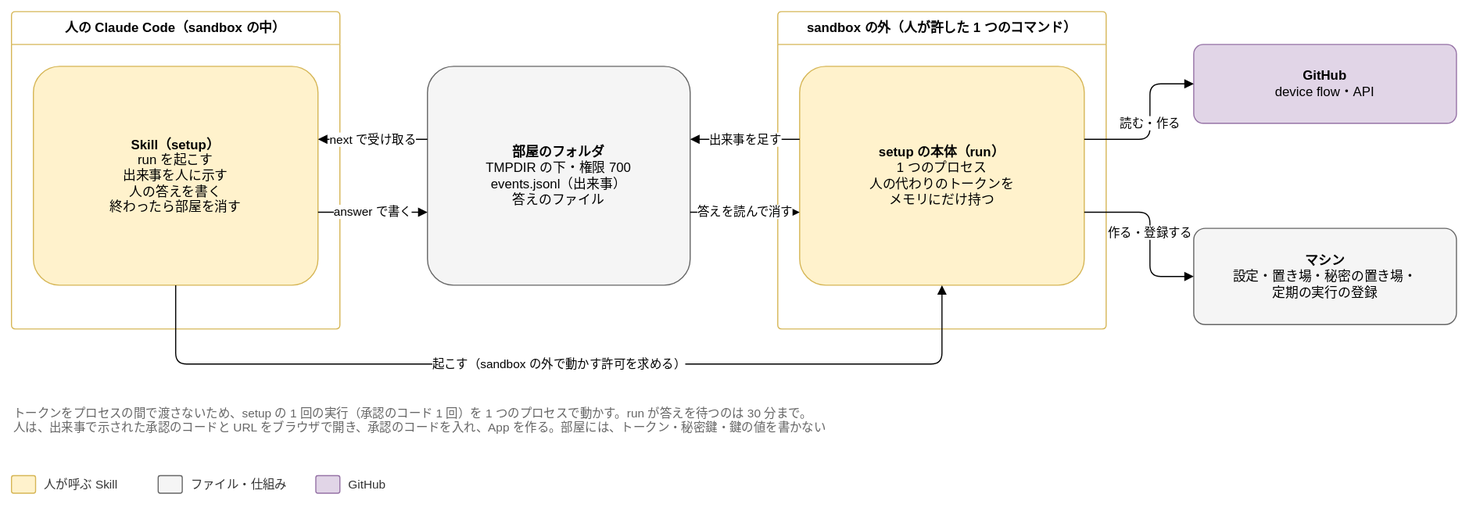
This is docs/design/detailed/diagrams/05-room.drawio.svg from Joymerrevent/dev-autopilot, a draw.io export, as it was before one commit. Source tidied: cells renumbered, new cells last; positions are measured from the earlier drawing's top-left corner, leaving out a move shared by most shapes.
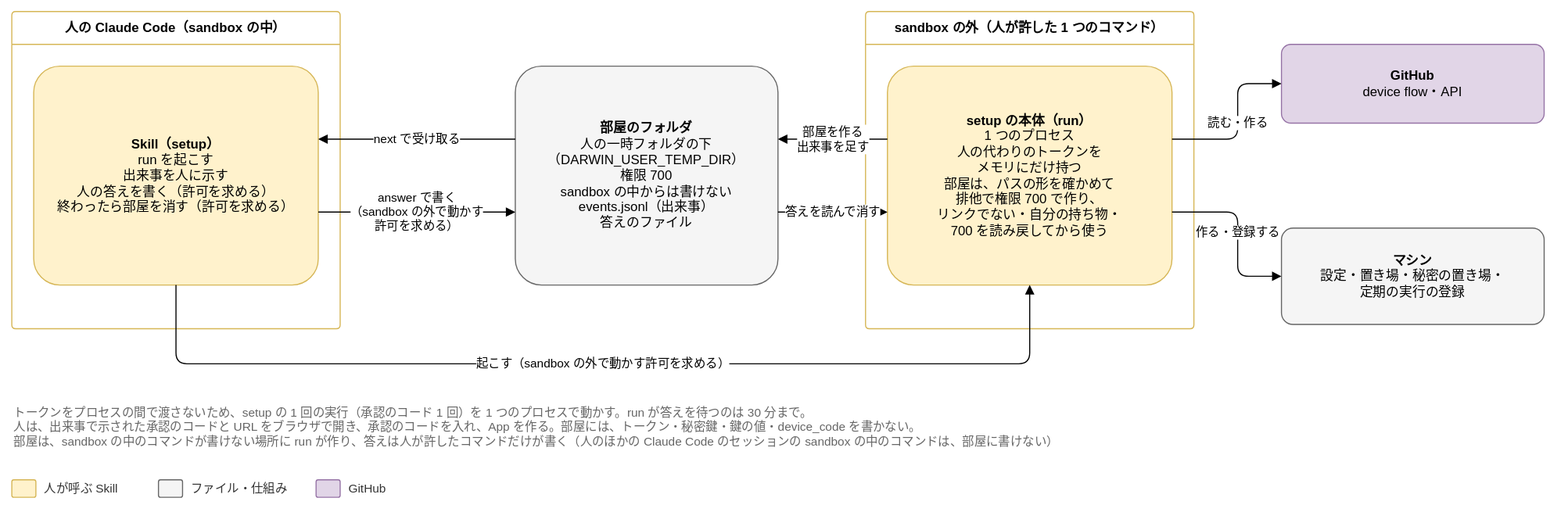
After the change.

Commit message:
docs(design): 詳細設計のレビューの指摘を、点検（04）と setup（05）で直す (#222)

Change to the diagram source:
```diff
@@ -5,39 +5,39 @@
     <mxCell id="2" value="人の Claude Code（sandbox の中）" style="swimlane;startSize=30;html=1;whiteSpace=wrap;rounded=1;arcSize=4;fontStyle=1;fontSize=12;fillColor=none;swimlaneFillColor=none;strokeColor=#d6b656;" parent="1" vertex="1">
       <mxGeometry width="300" height="290" as="geometry" />
     </mxCell>
-    <mxCell id="3" value="&lt;b&gt;Skill（setup）&lt;/b&gt;&lt;br&gt;run を起こす&lt;br&gt;出来事を人に示す&lt;br&gt;人の答えを書く&lt;br&gt;終わったら部屋を消す" style="rounded=1;whiteSpace=wrap;html=1;fontSize=12;arcSize=12;spacing=12;fillColor=#fff2cc;strokeColor=#d6b656;" parent="2" vertex="1">
+    <mxCell id="3" value="&lt;b&gt;Skill（setup）&lt;/b&gt;&lt;br&gt;run を起こす&lt;br&gt;出来事を人に示す&lt;br&gt;人の答えを書く（許可を求める）&lt;br&gt;終わったら部屋を消す（許可を求める）" style="rounded=1;whiteSpace=wrap;html=1;fontSize=12;arcSize=12;spacing=12;fillColor=#fff2cc;strokeColor=#d6b656;" parent="2" vertex="1">
       <mxGeometry x="20" y="50" width="260" height="200" as="geometry" />
     </mxCell>
-    <mxCell id="4" value="&lt;b&gt;部屋のフォルダ&lt;/b&gt;&lt;br&gt;TMPDIR の下・権限 700&lt;br&gt;events.jsonl（出来事）&lt;br&gt;答えのファイル" style="rounded=1;whiteSpace=wrap;html=1;fontSize=12;arcSize=12;spacing=12;fillColor=#f5f5f5;strokeColor=#666666;" parent="1" vertex="1">
-      <mxGeometry x="380" y="50" width="240" height="200" as="geometry" />
+    <mxCell id="4" value="&lt;b&gt;部屋のフォルダ&lt;/b&gt;&lt;br&gt;人の一時フォルダの下&lt;br&gt;（DARWIN_USER_TEMP_DIR）&lt;br&gt;権限 700&lt;br&gt;sandbox の中からは書けない&lt;br&gt;events.jsonl（出来事）&lt;br&gt;答えのファイル" style="rounded=1;whiteSpace=wrap;html=1;fontSize=12;arcSize=12;spacing=12;fillColor=#f5f5f5;strokeColor=#666666;" parent="1" vertex="1">
+      <mxGeometry x="460" y="50" width="240" height="200" as="geometry" />
     </mxCell>
     <mxCell id="5" value="sandbox の外（人が許した 1 つのコマンド）" style="swimlane;startSize=30;html=1;whiteSpace=wrap;rounded=1;arcSize=4;fontStyle=1;fontSize=12;fillColor=none;swimlaneFillColor=none;strokeColor=#d6b656;" parent="1" vertex="1">
-      <mxGeometry x="700" width="300" height="290" as="geometry" />
+      <mxGeometry x="780" width="300" height="290" as="geometry" />
     </mxCell>
-    <mxCell id="6" value="&lt;b&gt;setup の本体（run）&lt;/b&gt;&lt;br&gt;1 つのプロセス&lt;br&gt;人の代わりのトークンを&lt;br&gt;メモリにだけ持つ" style="rounded=1;whiteSpace=wrap;html=1;fontSize=12;arcSize=12;spacing=12;fillColor=#fff2cc;strokeColor=#d6b656;" parent="5" vertex="1">
+    <mxCell id="6" value="&lt;b&gt;setup の本体（run）&lt;/b&gt;&lt;br&gt;1 つのプロセス&lt;br&gt;人の代わりのトークンを&lt;br&gt;メモリにだけ持つ&lt;br&gt;部屋は、パスの形を確かめて&lt;br&gt;排他で権限 700 で作り、&lt;br&gt;リンクでない・自分の持ち物・&lt;br&gt;700 を読み戻してから使う" style="rounded=1;whiteSpace=wrap;html=1;fontSize=12;arcSize=12;spacing=12;fillColor=#fff2cc;strokeColor=#d6b656;" parent="5" vertex="1">
       <mxGeometry x="20" y="50" width="260" height="200" as="geometry" />
     </mxCell>
     <mxCell id="7" value="&lt;b&gt;GitHub&lt;/b&gt;&lt;br&gt;device flow・API" style="rounded=1;whiteSpace=wrap;html=1;fontSize=12;arcSize=12;spacing=12;fillColor=#e1d5e7;strokeColor=#9673a6;" parent="1" vertex="1">
-      <mxGeometry x="1080" y="30" width="240" height="72" as="geometry" />
+      <mxGeometry x="1160" y="30" width="240" height="72" as="geometry" />
     </mxCell>
     <mxCell id="8" value="&lt;b&gt;マシン&lt;/b&gt;&lt;br&gt;設定・置き場・秘密の置き場・&lt;br&gt;定期の実行の登録" style="rounded=1;whiteSpace=wrap;html=1;fontSize=12;arcSize=12;spacing=12;fillColor=#f5f5f5;strokeColor=#666666;" parent="1" vertex="1">
-      <mxGeometry x="1080" y="198" width="240" height="88" as="geometry" />
+      <mxGeometry x="1160" y="198" width="240" height="88" as="geometry" />
     </mxCell>
     <mxCell id="9" value="起こす（sandbox の外で動かす許可を求める）" style="edgeStyle=orthogonalEdgeStyle;rounded=1;html=1;endArrow=block;endFill=1;fontSize=11;labelBackgroundColor=#ffffff;exitX=0.5;exitY=1;exitDx=0;exitDy=0;entryX=0.5;entryY=1;entryDx=0;entryDy=0;" parent="1" edge="1" source="3" target="6">
       <mxGeometry relative="1" as="geometry">
         <Array as="points">
           <mxPoint x="150" y="322" />
-          <mxPoint x="850" y="322" />
+          <mxPoint x="930" y="322" />
         </Array>
       </mxGeometry>
     </mxCell>
     <mxCell id="10" value="next で受け取る" style="edgeStyle=orthogonalEdgeStyle;rounded=1;html=1;endArrow=block;endFill=1;fontSize=11;labelBackgroundColor=#ffffff;exitX=0;exitY=0.3333333333333333;exitDx=0;exitDy=0;entryX=1;entryY=0.3333333333333333;entryDx=0;entryDy=0;" parent="1" edge="1" source="4" target="3">
       <mxGeometry relative="1" as="geometry" />
     </mxCell>
-    <mxCell id="11" value="answer で書く" style="edgeStyle=orthogonalEdgeStyle;rounded=1;html=1;endArrow=block;endFill=1;fontSize=11;labelBackgroundColor=#ffffff;exitX=1;exitY=0.6666666666666666;exitDx=0;exitDy=0;entryX=0;entryY=0.6666666666666666;entryDx=0;entryDy=0;" parent="1" edge="1" source="3" target="4">
+    <mxCell id="11" value="answer で書く&lt;br&gt;（sandbox の外で動かす&lt;br&gt;許可を求める）" style="edgeStyle=orthogonalEdgeStyle;rounded=1;html=1;endArrow=block;endFill=1;fontSize=11;labelBackgroundColor=#ffffff;exitX=1;exitY=0.6666666666666666;exitDx=0;exitDy=0;entryX=0;entryY=0.6666666666666666;entryDx=0;entryDy=0;" parent="1" edge="1" source="3" target="4">
       <mxGeometry relative="1" as="geometry" />
     </mxCell>
-    <mxCell id="12" value="出来事を足す" style="edgeStyle=orthogonalEdgeStyle;rounded=1;html=1;endArrow=block;endFill=1;fontSize=11;labelBackgroundColor=#ffffff;exitX=0;exitY=0.3333333333333333;exitDx=0;exitDy=0;entryX=1;entryY=0.3333333333333333;entryDx=0;entryDy=0;" parent="1" edge="1" source="6" target="4">
+    <mxCell id="12" value="部屋を作る&lt;br&gt;出来事を足す" style="edgeStyle=orthogonalEdgeStyle;rounded=1;html=1;endArrow=block;endFill=1;fontSize=11;labelBackgroundColor=#ffffff;exitX=0;exitY=0.3333333333333333;exitDx=0;exitDy=0;entryX=1;entryY=0.3333333333333333;entryDx=0;entryDy=0;" parent="1" edge="1" source="6" target="4">
       <mxGeometry relative="1" as="geometry" />
     </mxCell>
     <mxCell id="13" value="答えを読んで消す" style="edgeStyle=orthogonalEdgeStyle;rounded=1;html=1;endArrow=block;endFill=1;fontSize=11;labelBackgroundColor=#ffffff;exitX=1;exitY=0.6666666666666666;exitDx=0;exitDy=0;entryX=0;entryY=0.6666666666666666;entryDx=0;entryDy=0;" parent="1" edge="1" source="4" target="6">
@@ -46,39 +46,39 @@
     <mxCell id="14" value="読む・作る" style="edgeStyle=orthogonalEdgeStyle;rounded=1;html=1;endArrow=block;endFill=1;fontSize=11;labelBackgroundColor=#ffffff;exitX=1;exitY=0.3333333333333333;exitDx=0;exitDy=0;entryX=0;entryY=0.5;entryDx=0;entryDy=0;" parent="1" edge="1" source="6" target="7">
       <mxGeometry relative="1" as="geometry">
         <Array as="points">
-          <mxPoint x="1040" y="117" />
-          <mxPoint x="1040" y="66" />
+          <mxPoint x="1120" y="117" />
+          <mxPoint x="1120" y="66" />
         </Array>
       </mxGeometry>
     </mxCell>
     <mxCell id="15" value="作る・登録する" style="edgeStyle=orthogonalEdgeStyle;rounded=1;html=1;endArrow=block;endFill=1;fontSize=11;labelBackgroundColor=#ffffff;exitX=1;exitY=0.6666666666666666;exitDx=0;exitDy=0;entryX=0;entryY=0.5;entryDx=0;entryDy=0;" parent="1" edge="1" source="6" target="8">
       <mxGeometry relative="1" as="geometry">
         <Array as="points">
-          <mxPoint x="1040" y="183" />
-          <mxPoint x="1040" y="242" />
+          <mxPoint x="1120" y="183" />
+          <mxPoint x="1120" y="242" />
         </Array>
       </mxGeometry>
     </mxCell>
-    <mxCell id="16" value="トークンをプロセスの間で渡さないため、setup の 1 回の実行（承認のコード 1 回）を 1 つのプロセスで動かす。run が答えを待つのは 30 分まで。&lt;br&gt;人は、出来事で示された承認のコードと URL をブラウザで開き、承認のコードを入れ、App を作る。部屋には、トークン・秘密鍵・鍵の値を書かない" style="text;html=1;whiteSpace=wrap;align=left;verticalAlign=top;fontSize=11;fontColor=#666666;" parent="1" vertex="1">
-      <mxGeometry y="354" width="1320" height="52" as="geometry" />
+    <mxCell id="16" value="トークンをプロセスの間で渡さないため、setup の 1 回の実行（承認のコード 1 回）を 1 つのプロセスで動かす。run が答えを待つのは 30 分まで。&lt;br&gt;人は、出来事で示された承認のコードと URL をブラウザで開き、承認のコードを入れ、App を作る。部屋には、トークン・秘密鍵・鍵の値・device_code を書かない。&lt;br&gt;部屋は、sandbox の中のコマンドが書けない場所に run が作り、答えは人が許したコマンドだけが書く（人のほかの Claude Code のセッションの sandbox の中のコマンドは、部屋に書けない）" style="text;html=1;whiteSpace=wrap;align=left;verticalAlign=top;fontSize=11;fontColor=#666666;" parent="1" vertex="1">
+      <mxGeometry y="354" width="1400" height="56" as="geometry" />
     </mxCell>
     <mxCell id="17" style="rounded=1;whiteSpace=wrap;html=1;fontSize=12;arcSize=12;spacing=12;fillColor=#fff2cc;strokeColor=#d6b656;" parent="1" vertex="1">
-      <mxGeometry y="424" width="22" height="16" as="geometry" />
+      <mxGeometry y="428" width="22" height="16" as="geometry" />
     </mxCell>
     <mxCell id="18" value="人が呼ぶ Skill" style="text;html=1;align=left;verticalAlign=middle;fontSize=11;fontColor=#333333;" parent="1" vertex="1">
-      <mxGeometry x="28" y="422" width="90" height="20" as="geometry" />
+      <mxGeometry x="28" y="426" width="90" height="20" as="geometry" />
     </mxCell>
     <mxCell id="19" style="rounded=1;whiteSpace=wrap;html=1;fontSize=12;arcSize=12;spacing=12;fillColor=#f5f5f5;strokeColor=#666666;" parent="1" vertex="1">
-      <mxGeometry x="134" y="424" width="22" height="16" as="geometry" />
+      <mxGeometry x="134" y="428" width="22" height="16" as="geometry" />
     </mxCell>
     <mxCell id="20" value="ファイル・仕組み" style="text;html=1;align=left;verticalAlign=middle;fontSize=11;fontColor=#333333;" parent="1" vertex="1">
-      <mxGeometry x="162" y="422" width="100" height="20" as="geometry" />
+      <mxGeometry x="162" y="426" width="100" height="20" as="geometry" />
     </mxCell>
     <mxCell id="21" style="rounded=1;whiteSpace=wrap;html=1;fontSize=12;arcSize=12;spacing=12;fillColor=#e1d5e7;strokeColor=#9673a6;" parent="1" vertex="1">
-      <mxGeometry x="278" y="424" width="22" height="16" as="geometry" />
+      <mxGeometry x="278" y="428" width="22" height="16" as="geometry" />
     </mxCell>
     <mxCell id="22" value="GitHub" style="text;html=1;align=left;verticalAlign=middle;fontSize=11;fontColor=#333333;" parent="1" vertex="1">
-      <mxGeometry x="306" y="422" width="50" height="20" as="geometry" />
+      <mxGeometry x="306" y="426" width="50" height="20" as="geometry" />
     </mxCell>
   </root>
 </mxGraphModel>
```
